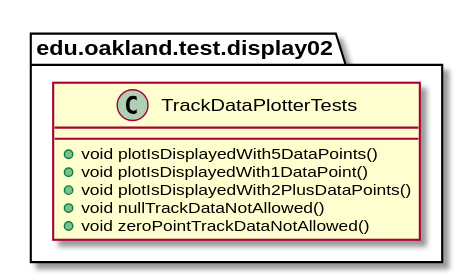
This is docs/uml-class-diagrams/display02/test/TrackDataPlotterTests/TrackDataPlotterTests.svg from andrewdimmer/csi-3370-software-project, a PlantUML export, as it was before one commit.
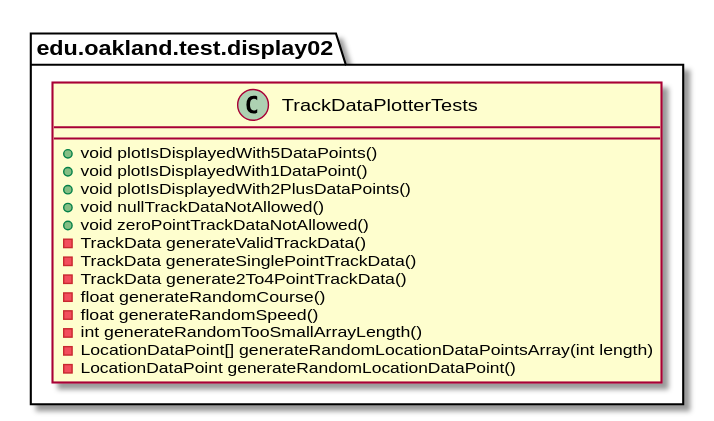
Later version of the same file.

What changed in the source:
```diff
@@ -7,6 +7,15 @@
         + void plotIsDisplayedWith2PlusDataPoints()
         + void nullTrackDataNotAllowed()
         + void zeroPointTrackDataNotAllowed()
+        - TrackData generateValidTrackData()
+        - TrackData generateSinglePointTrackData()
+        - TrackData generate2To4PointTrackData()
+        - float generateRandomCourse()
+        - float generateRandomSpeed()
+        - int generateRandomTooSmallArrayLength()
+        - LocationDataPoint[] generateRandomLocationDataPointsArray(int length)
+        - LocationDataPoint generateRandomLocationDataPoint()
+
     }
 }
 
```
